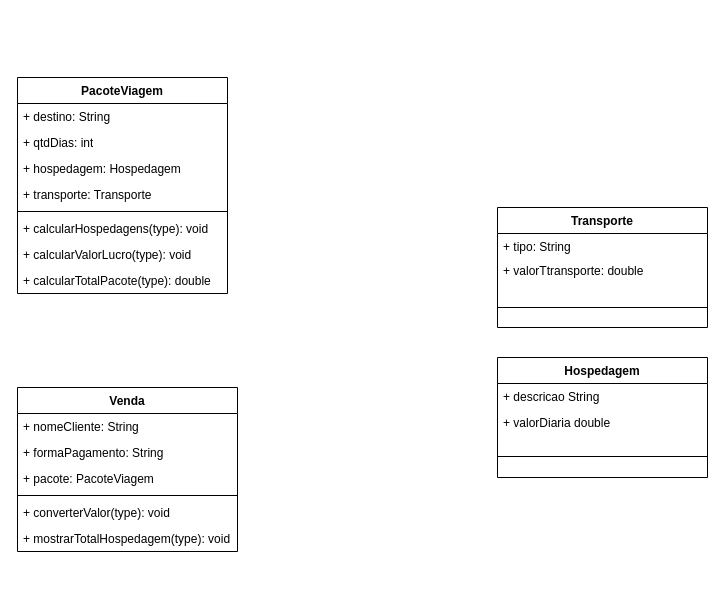
Before: Untitled Diagram.drawio in mso-devcode/mso-diagrams, a draw.io diagram. Source tidied: cells renumbered, new cells numbered last; positions are measured from the earlier drawing's top-left corner, leaving out a move shared by most shapes. Both pictures are drawn from the tidied source at 100%, with x=0, y=0 at pixel (17, 77).
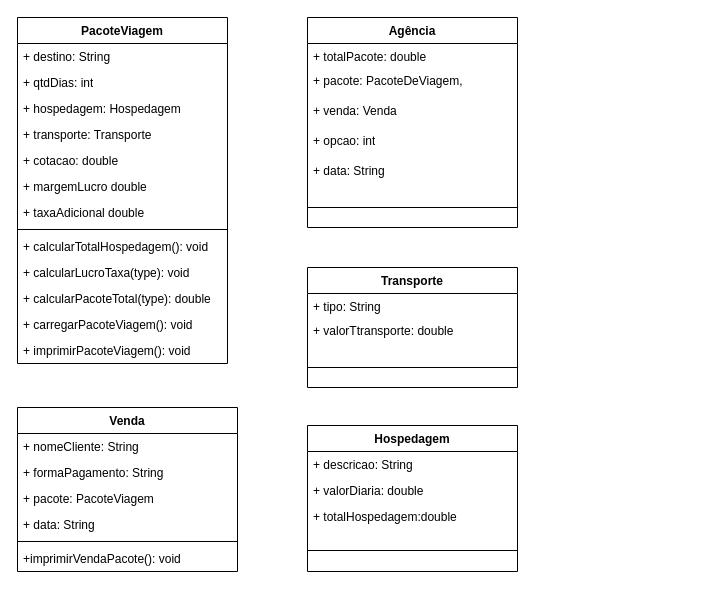
After the change.

Commit message:
atualização classes Atividade2

The edit, as a diff of the source:
```diff
@@
     <mxCell id="2" value="Transporte" style="swimlane;fontStyle=1;align=center;verticalAlign=top;horizontal=1;startSize=26;whiteSpace=wrap;html=1;" parent="1" vertex="1">
-      <mxGeometry x="480" y="130" width="210" height="120" as="geometry" />
+      <mxGeometry x="290" y="190" width="210" height="120" as="geometry" />
     </mxCell>
@@
     <mxCell id="6" value="PacoteViagem" style="swimlane;fontStyle=1;align=center;verticalAlign=top;horizontal=1;startSize=26;whiteSpace=wrap;html=1;" parent="1" vertex="1">
-      <mxGeometry width="210" height="216" as="geometry" />
+      <mxGeometry y="-60" width="210" height="346" as="geometry" />
     </mxCell>
@@
+    <mxCell id="26" value="+ cotacao: double" style="text;strokeColor=none;fillColor=none;align=left;verticalAlign=top;spacingLeft=4;spacingRight=4;overflow=hidden;whiteSpace=wrap;html=1;" parent="6" vertex="1">
+      <mxGeometry y="130" width="210" height="26" as="geometry" />
+    </mxCell>
+    <mxCell id="27" value="+ margemLucro double" style="text;strokeColor=none;fillColor=none;align=left;verticalAlign=top;spacingLeft=4;spacingRight=4;overflow=hidden;whiteSpace=wrap;html=1;" parent="6" vertex="1">
+      <mxGeometry y="156" width="210" height="26" as="geometry" />
+    </mxCell>
+    <mxCell id="28" value="+ taxaAdicional double" style="text;strokeColor=none;fillColor=none;align=left;verticalAlign=top;spacingLeft=4;spacingRight=4;overflow=hidden;whiteSpace=wrap;html=1;" parent="6" vertex="1">
+      <mxGeometry y="182" width="210" height="26" as="geometry" />
+    </mxCell>
     <mxCell id="11" style="line;strokeWidth=1;fillColor=none;align=left;verticalAlign=middle;spacingTop=-1;spacingLeft=3;spacingRight=3;labelPosition=right;strokeColor=inherit;" parent="6" vertex="1">
-      <mxGeometry y="130" width="210" height="8" as="geometry" />
+      <mxGeometry y="208" width="210" height="8" as="geometry" />
     </mxCell>
-    <mxCell id="12" value="+ calcularHospedagens(type): void" style="text;strokeColor=none;fillColor=none;align=left;verticalAlign=top;spacingLeft=4;spacingRight=4;overflow=hidden;whiteSpace=wrap;html=1;" parent="6" vertex="1">
-      <mxGeometry y="138" width="210" height="26" as="geometry" />
+    <mxCell id="12" value="+ calcularTotalHospedagem(): void" style="text;strokeColor=none;fillColor=none;align=left;verticalAlign=top;spacingLeft=4;spacingRight=4;overflow=hidden;whiteSpace=wrap;html=1;" parent="6" vertex="1">
+      <mxGeometry y="216" width="210" height="26" as="geometry" />
     </mxCell>
-    <mxCell id="13" value="+ calcularValorLucro(type): void" style="text;strokeColor=none;fillColor=none;align=left;verticalAlign=top;spacingLeft=4;spacingRight=4;overflow=hidden;whiteSpace=wrap;html=1;" parent="6" vertex="1">
-      <mxGeometry y="164" width="210" height="26" as="geometry" />
+    <mxCell id="13" value="+ calcularLucroTaxa(type): void" style="text;strokeColor=none;fillColor=none;align=left;verticalAlign=top;spacingLeft=4;spacingRight=4;overflow=hidden;whiteSpace=wrap;html=1;" parent="6" vertex="1">
+      <mxGeometry y="242" width="210" height="26" as="geometry" />
     </mxCell>
+    <mxCell id="29" value="+ calcularPacoteTotal(type): double" style="text;strokeColor=none;fillColor=none;align=left;verticalAlign=top;spacingLeft=4;spacingRight=4;overflow=hidden;whiteSpace=wrap;html=1;" parent="6" vertex="1">
+      <mxGeometry y="268" width="210" height="26" as="geometry" />
+    </mxCell>
-    <mxCell id="14" value="+ calcularTotalPacote(type): double" style="text;strokeColor=none;fillColor=none;align=left;verticalAlign=top;spacingLeft=4;spacingRight=4;overflow=hidden;whiteSpace=wrap;html=1;" parent="6" vertex="1">
-      <mxGeometry y="190" width="210" height="26" as="geometry" />
+    <mxCell id="14" value="+ carregarPacoteViagem(): void" style="text;strokeColor=none;fillColor=none;align=left;verticalAlign=top;spacingLeft=4;spacingRight=4;overflow=hidden;whiteSpace=wrap;html=1;" parent="6" vertex="1">
+      <mxGeometry y="294" width="210" height="26" as="geometry" />
     </mxCell>
+    <mxCell id="30" value="+ imprimirPacoteViagem(): void" style="text;strokeColor=none;fillColor=none;align=left;verticalAlign=top;spacingLeft=4;spacingRight=4;overflow=hidden;whiteSpace=wrap;html=1;" parent="6" vertex="1">
+      <mxGeometry y="320" width="210" height="26" as="geometry" />
+    </mxCell>
     <mxCell id="15" value="Hospedagem" style="swimlane;fontStyle=1;align=center;verticalAlign=top;horizontal=1;startSize=26;whiteSpace=wrap;html=1;" parent="1" vertex="1">
-      <mxGeometry x="480" y="280" width="210" height="120" as="geometry" />
+      <mxGeometry x="290" y="348" width="210" height="146" as="geometry" />
     </mxCell>
-    <mxCell id="16" value="+ descricao String" style="text;strokeColor=none;fillColor=none;align=left;verticalAlign=top;spacingLeft=4;spacingRight=4;overflow=hidden;whiteSpace=wrap;html=1;" parent="15" vertex="1">
+    <mxCell id="16" value="+ descricao: String" style="text;strokeColor=none;fillColor=none;align=left;verticalAlign=top;spacingLeft=4;spacingRight=4;overflow=hidden;whiteSpace=wrap;html=1;" parent="15" vertex="1">
       <mxGeometry y="26" width="210" height="26" as="geometry" />
     </mxCell>
-    <mxCell id="17" value="+ valorDiaria double" style="text;strokeColor=none;fillColor=none;align=left;verticalAlign=top;spacingLeft=4;spacingRight=4;overflow=hidden;whiteSpace=wrap;html=1;" parent="15" vertex="1">
+    <mxCell id="17" value="+ valorDiaria: double" style="text;strokeColor=none;fillColor=none;align=left;verticalAlign=top;spacingLeft=4;spacingRight=4;overflow=hidden;whiteSpace=wrap;html=1;" parent="15" vertex="1">
       <mxGeometry y="52" width="210" height="26" as="geometry" />
     </mxCell>
+    <mxCell id="31" value="+ totalHospedagem:double" style="text;strokeColor=none;fillColor=none;align=left;verticalAlign=top;spacingLeft=4;spacingRight=4;overflow=hidden;whiteSpace=wrap;html=1;" parent="15" vertex="1">
+      <mxGeometry y="78" width="210" height="26" as="geometry" />
+    </mxCell>
     <mxCell id="18" style="line;strokeWidth=1;fillColor=none;align=left;verticalAlign=middle;spacingTop=-1;spacingLeft=3;spacingRight=3;labelPosition=right;strokeColor=inherit;" parent="15" vertex="1">
-      <mxGeometry y="78" width="210" height="42" as="geometry" />
+      <mxGeometry y="104" width="210" height="42" as="geometry" />
     </mxCell>
     <mxCell id="19" value="Venda" style="swimlane;fontStyle=1;align=center;verticalAlign=top;horizontal=1;startSize=26;whiteSpace=wrap;html=1;" parent="1" vertex="1">
-      <mxGeometry y="310" width="220" height="164" as="geometry" />
+      <mxGeometry y="330" width="220" height="164" as="geometry" />
     </mxCell>
@@
+    <mxCell id="32" value="+ data: String" style="text;strokeColor=none;fillColor=none;align=left;verticalAlign=top;spacingLeft=4;spacingRight=4;overflow=hidden;whiteSpace=wrap;html=1;" parent="19" vertex="1">
+      <mxGeometry y="104" width="220" height="26" as="geometry" />
+    </mxCell>
     <mxCell id="23" style="line;strokeWidth=1;fillColor=none;align=left;verticalAlign=middle;spacingTop=-1;spacingLeft=3;spacingRight=3;labelPosition=right;strokeColor=inherit;" parent="19" vertex="1">
-      <mxGeometry y="104" width="220" height="8" as="geometry" />
+      <mxGeometry y="130" width="220" height="8" as="geometry" />
     </mxCell>
-    <mxCell id="24" value="+ converterValor(type): void" style="text;strokeColor=none;fillColor=none;align=left;verticalAlign=top;spacingLeft=4;spacingRight=4;overflow=hidden;whiteSpace=wrap;html=1;" parent="19" vertex="1">
-      <mxGeometry y="112" width="220" height="26" as="geometry" />
-    </mxCell>
-    <mxCell id="25" value="+ mostrarTotalHospedagem(type): void" style="text;strokeColor=none;fillColor=none;align=left;verticalAlign=top;spacingLeft=4;spacingRight=4;overflow=hidden;whiteSpace=wrap;html=1;" parent="19" vertex="1">
+    <mxCell id="25" value="+imprimirVendaPacote(): void" style="text;strokeColor=none;fillColor=none;align=left;verticalAlign=top;spacingLeft=4;spacingRight=4;overflow=hidden;whiteSpace=wrap;html=1;" parent="19" vertex="1">
       <mxGeometry y="138" width="220" height="26" as="geometry" />
     </mxCell>
+    <mxCell id="33" value="Agência" style="swimlane;fontStyle=1;align=center;verticalAlign=top;horizontal=1;startSize=26;whiteSpace=wrap;html=1;" parent="1" vertex="1">
+      <mxGeometry x="290" y="-60" width="210" height="210" as="geometry" />
+    </mxCell>
+    <mxCell id="34" value="+ totalPacote: double" style="text;strokeColor=none;fillColor=none;align=left;verticalAlign=top;spacingLeft=4;spacingRight=4;overflow=hidden;whiteSpace=wrap;html=1;" parent="33" vertex="1">
+      <mxGeometry y="26" width="210" height="24" as="geometry" />
+    </mxCell>
+    <mxCell id="35" value="+ pacote: PacoteDeViagem," style="text;strokeColor=none;fillColor=none;align=left;verticalAlign=top;spacingLeft=4;spacingRight=4;overflow=hidden;whiteSpace=wrap;html=1;" parent="33" vertex="1">
+      <mxGeometry y="50" width="210" height="30" as="geometry" />
+    </mxCell>
+    <mxCell id="36" value="+ venda: Venda" style="text;strokeColor=none;fillColor=none;align=left;verticalAlign=top;spacingLeft=4;spacingRight=4;overflow=hidden;whiteSpace=wrap;html=1;" parent="33" vertex="1">
+      <mxGeometry y="80" width="210" height="30" as="geometry" />
+    </mxCell>
+    <mxCell id="37" value="+ opcao: int" style="text;strokeColor=none;fillColor=none;align=left;verticalAlign=top;spacingLeft=4;spacingRight=4;overflow=hidden;whiteSpace=wrap;html=1;" parent="33" vertex="1">
+      <mxGeometry y="110" width="210" height="30" as="geometry" />
+    </mxCell>
+    <mxCell id="38" value="+ data: String" style="text;strokeColor=none;fillColor=none;align=left;verticalAlign=top;spacingLeft=4;spacingRight=4;overflow=hidden;whiteSpace=wrap;html=1;" parent="33" vertex="1">
+      <mxGeometry y="140" width="210" height="30" as="geometry" />
+    </mxCell>
+    <mxCell id="39" style="line;strokeWidth=1;fillColor=none;align=left;verticalAlign=middle;spacingTop=-1;spacingLeft=3;spacingRight=3;labelPosition=right;strokeColor=inherit;" parent="33" vertex="1">
+      <mxGeometry y="170" width="210" height="40" as="geometry" />
+    </mxCell>
```
